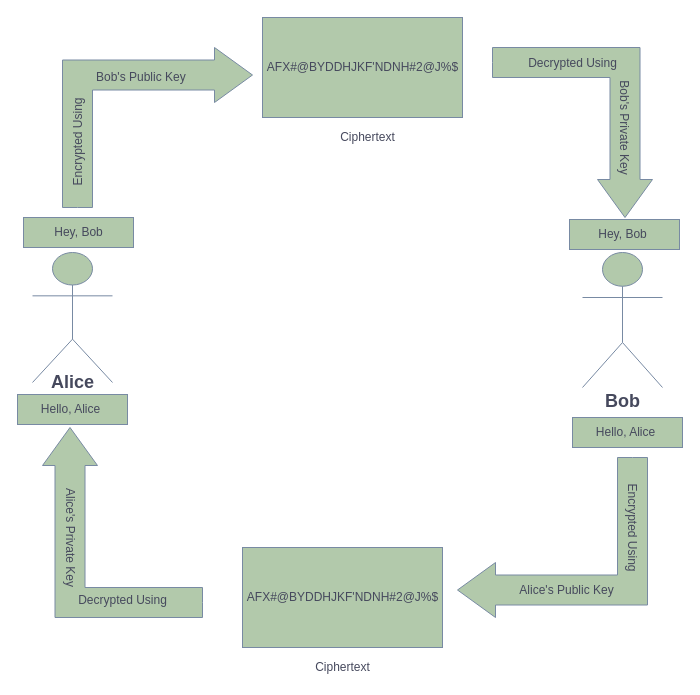
Before: Asymmetric Diagram.drawio in Puja-Kumari-909/Test, a draw.io diagram. Source tidied: cells renumbered, new cells numbered last; positions are measured from the earlier drawing's top-left corner, leaving out a move shared by most shapes. Both pictures are drawn from the tidied source at 100%, with x=0, y=0 at pixel (10, 17).
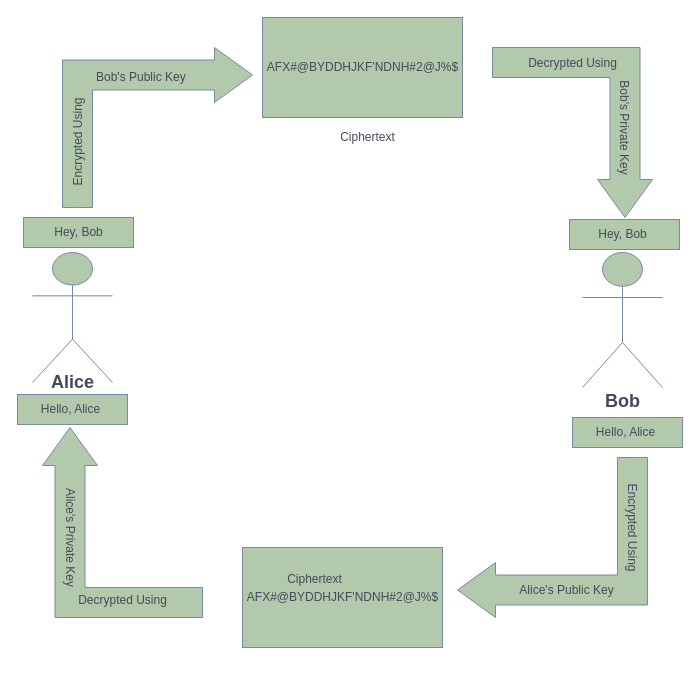
Above is the later version.

The edit, as a diff of the source:
```diff
@@
-<mxGraphModel>
+<mxGraphModel background="#FFFFFF">
@@
     <mxCell id="21" value="Ciphertext" style="text;html=1;align=center;verticalAlign=middle;strokeColor=none;fillColor=none;fontColor=#46495D;" parent="1" vertex="1">
-      <mxGeometry x="297" y="640" width="70" height="20" as="geometry" />
+      <mxGeometry x="269" y="552" width="70" height="20" as="geometry" />
     </mxCell>
```
